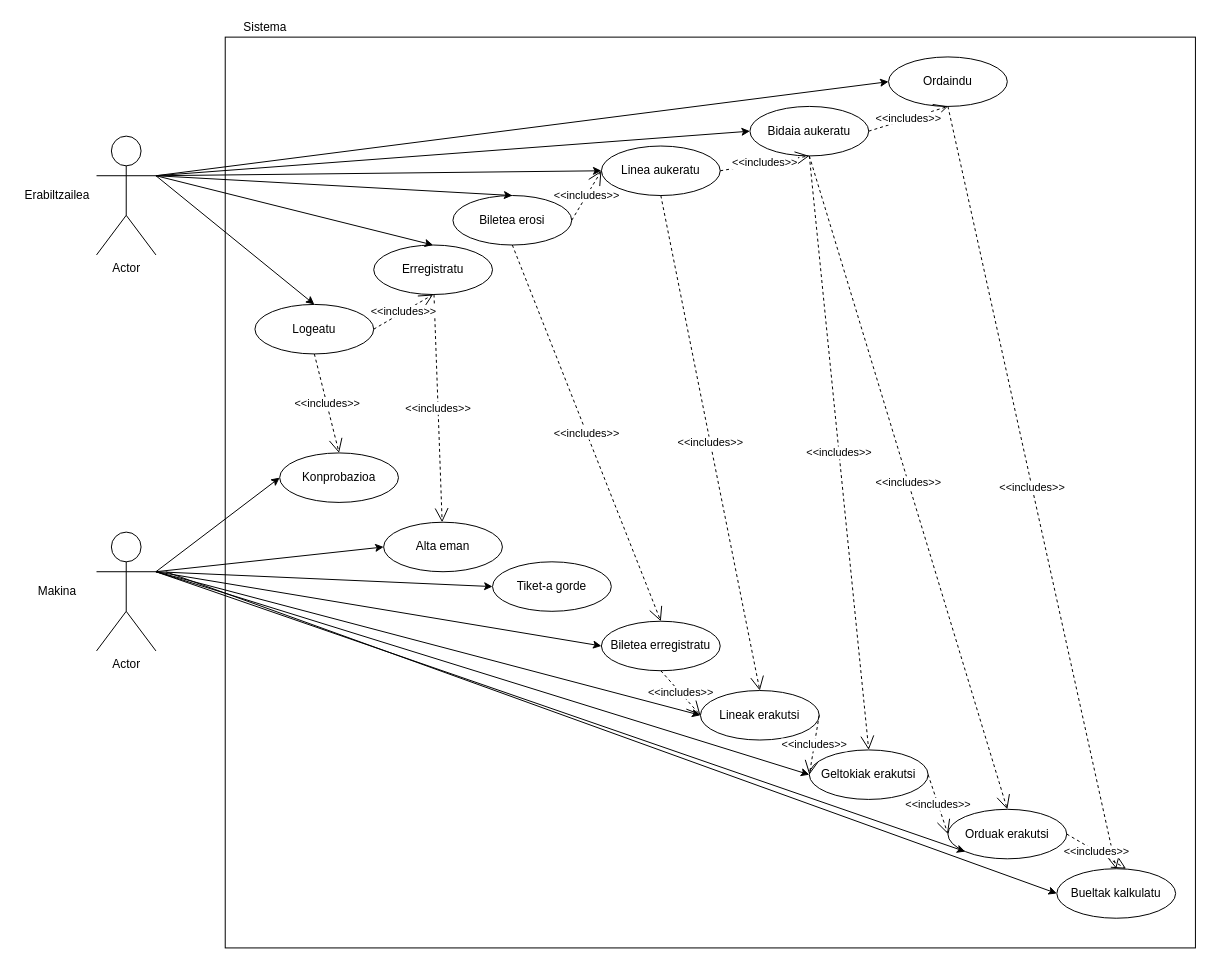
Before: Documentacion/Garapen inguruneak/erabili_kasua.drawio in PetaldoiPorramador/ErronkaBus, a draw.io diagram. Source tidied: cells renumbered, new cells numbered last; positions are measured from the earlier drawing's top-left corner, leaving out a move shared by most shapes. Both pictures are drawn from the tidied source at 99%, with x=0, y=0 at pixel (17, 17).
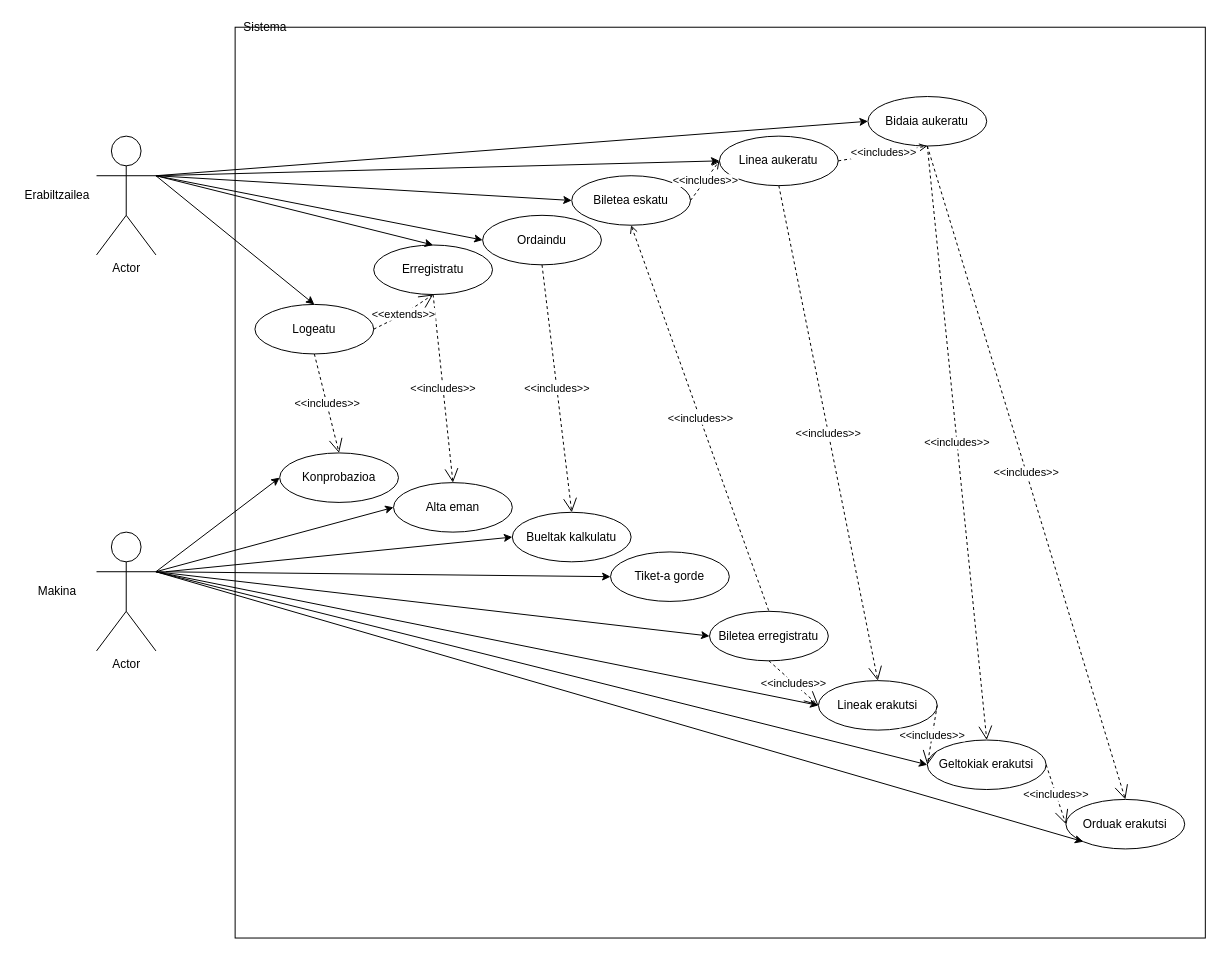
The same diagram, later.

The change refers to these unchanged cells:
```xml
<mxCell id="5" value="Logeatu&lt;br&gt;" style="ellipse;whiteSpace=wrap;html=1;" parent="1" vertex="1">
  <mxGeometry x="240" y="290" width="120" height="50" as="geometry" />
</mxCell>
<mxCell id="9" value="Erregistratu" style="ellipse;whiteSpace=wrap;html=1;" parent="1" vertex="1">
  <mxGeometry x="360" y="230" width="120" height="50" as="geometry" />
</mxCell>
```

The edit, as a diff of the source:
```diff
@@
     <mxCell id="2" style="rounded=0;whiteSpace=wrap;html=1;" parent="1" vertex="1">
-      <mxGeometry x="210" y="20" width="980" height="920" as="geometry" />
+      <mxGeometry x="220" y="10" width="980" height="920" as="geometry" />
     </mxCell>
@@
-    <mxCell id="4" value="Biletea erosi" style="ellipse;whiteSpace=wrap;html=1;" parent="1" vertex="1">
-      <mxGeometry x="440" y="180" width="120" height="50" as="geometry" />
+    <mxCell id="4" value="Biletea eskatu" style="ellipse;whiteSpace=wrap;html=1;" parent="1" vertex="1">
+      <mxGeometry x="560" y="160" width="120" height="50" as="geometry" />
     </mxCell>
@@
     <mxCell id="7" value="Alta eman" style="ellipse;whiteSpace=wrap;html=1;" parent="1" vertex="1">
-      <mxGeometry x="370" y="510" width="120" height="50" as="geometry" />
+      <mxGeometry x="380" y="470" width="120" height="50" as="geometry" />
     </mxCell>
@@
     <mxCell id="11" value="Lineak erakutsi" style="ellipse;whiteSpace=wrap;html=1;" parent="1" vertex="1">
-      <mxGeometry x="690" y="680" width="120" height="50" as="geometry" />
+      <mxGeometry x="809.2" y="670" width="120" height="50" as="geometry" />
     </mxCell>
     <mxCell id="12" value="Geltokiak erakutsi" style="ellipse;whiteSpace=wrap;html=1;" parent="1" vertex="1">
-      <mxGeometry x="800" y="740" width="120" height="50" as="geometry" />
+      <mxGeometry x="919.2" y="730" width="120" height="50" as="geometry" />
     </mxCell>
     <mxCell id="13" value="Linea aukeratu" style="ellipse;whiteSpace=wrap;html=1;" parent="1" vertex="1">
-      <mxGeometry x="590" y="130" width="120" height="50" as="geometry" />
+      <mxGeometry x="709.2" y="120" width="120" height="50" as="geometry" />
     </mxCell>
     <mxCell id="14" value="Bidaia aukeratu" style="ellipse;whiteSpace=wrap;html=1;" parent="1" vertex="1">
-      <mxGeometry x="740" y="90" width="120" height="50" as="geometry" />
+      <mxGeometry x="859.2" y="80" width="120" height="50" as="geometry" />
     </mxCell>
     <mxCell id="15" value="Orduak erakutsi" style="ellipse;whiteSpace=wrap;html=1;" parent="1" vertex="1">
-      <mxGeometry x="940" y="800" width="120" height="50" as="geometry" />
+      <mxGeometry x="1059.2" y="790" width="120" height="50" as="geometry" />
     </mxCell>
     <mxCell id="16" value="Ordaindu" style="ellipse;whiteSpace=wrap;html=1;" parent="1" vertex="1">
-      <mxGeometry x="880" y="40" width="120" height="50" as="geometry" />
+      <mxGeometry x="470" y="200" width="120" height="50" as="geometry" />
     </mxCell>
     <mxCell id="17" value="Biletea erregistratu" style="ellipse;whiteSpace=wrap;html=1;" parent="1" vertex="1">
-      <mxGeometry x="590" y="610" width="120" height="50" as="geometry" />
+      <mxGeometry x="699.2" y="600" width="120" height="50" as="geometry" />
     </mxCell>
     <mxCell id="18" value="Tiket-a gorde" style="ellipse;whiteSpace=wrap;html=1;" parent="1" vertex="1">
-      <mxGeometry x="480" y="550" width="120" height="50" as="geometry" />
+      <mxGeometry x="599.2" y="540" width="120" height="50" as="geometry" />
     </mxCell>
     <mxCell id="19" value="Bueltak kalkulatu" style="ellipse;whiteSpace=wrap;html=1;" parent="1" vertex="1">
-      <mxGeometry x="1050" y="860" width="120" height="50" as="geometry" />
+      <mxGeometry x="500" y="500" width="120" height="50" as="geometry" />
     </mxCell>
-    <mxCell id="20" value="&amp;lt;&amp;lt;includes&amp;gt;&amp;gt;" style="endArrow=open;endSize=12;dashed=1;html=1;rounded=0;entryX=0.5;entryY=0;entryDx=0;entryDy=0;exitX=0.5;exitY=1;exitDx=0;exitDy=0;" parent="1" edge="1" source="4" target="17">
+    <mxCell id="20" value="&amp;lt;&amp;lt;includes&amp;gt;&amp;gt;" style="endArrow=none;endSize=12;dashed=1;html=1;rounded=0;entryX=0.5;entryY=0;entryDx=0;entryDy=0;exitX=0.5;exitY=1;exitDx=0;exitDy=0;startArrow=open;startFill=0;endFill=0;" parent="1" edge="1" source="4" target="17">
       <mxGeometry relative="1" as="geometry" />
     </mxCell>
@@
-    <mxCell id="25" value="&amp;lt;&amp;lt;includes&amp;gt;&amp;gt;" style="endArrow=open;endSize=12;dashed=1;html=1;rounded=0;" parent="1" edge="1" source="9" target="7">
+    <mxCell id="25" value="&amp;lt;&amp;lt;includes&amp;gt;&amp;gt;" style="endArrow=open;endSize=12;dashed=1;html=1;rounded=0;entryX=0.5;entryY=0;entryDx=0;entryDy=0;exitX=0.5;exitY=1;exitDx=0;exitDy=0;" parent="1" edge="1" source="9" target="7">
       <mxGeometry relative="1" as="geometry" />
     </mxCell>
@@
-    <mxCell id="27" value="&amp;lt;&amp;lt;includes&amp;gt;&amp;gt;" style="endArrow=open;endSize=12;dashed=1;html=1;rounded=0;exitX=1;exitY=0.5;exitDx=0;exitDy=0;entryX=0.5;entryY=1;entryDx=0;entryDy=0;" parent="1" edge="1" source="5" target="9">
-      <mxGeometry relative="1" as="geometry" />
+    <mxCell id="27" value="&amp;lt;&amp;lt;extends&amp;gt;&amp;gt;" style="endArrow=open;endSize=12;dashed=1;html=1;rounded=0;exitX=1;exitY=0.5;exitDx=0;exitDy=0;entryX=0.5;entryY=1;entryDx=0;entryDy=0;startArrow=none;startFill=0;endFill=0;" parent="1" edge="1" source="5" target="9">
+      <mxGeometry x="-0.04" relative="1" as="geometry">
+        <Array as="points">
+          <mxPoint x="390" y="300" />
+        </Array>
+      </mxGeometry>
     </mxCell>
-    <mxCell id="28" value="&amp;lt;&amp;lt;includes&amp;gt;&amp;gt;" style="endArrow=open;endSize=12;dashed=1;html=1;rounded=0;exitX=1;exitY=0.5;exitDx=0;exitDy=0;entryX=0;entryY=0.5;entryDx=0;entryDy=0;" parent="1" edge="1" source="4" target="13">
+    <mxCell id="28" value="&amp;lt;&amp;lt;includes&amp;gt;&amp;gt;" style="endArrow=open;endSize=6;dashed=1;html=1;rounded=0;exitX=1;exitY=0.5;exitDx=0;exitDy=0;entryX=0;entryY=0.5;entryDx=0;entryDy=0;endFill=0;startArrow=none;startFill=0;" parent="1" edge="1" source="4" target="13">
       <mxGeometry relative="1" as="geometry" />
     </mxCell>
-    <mxCell id="29" value="&amp;lt;&amp;lt;includes&amp;gt;&amp;gt;" style="endArrow=open;endSize=12;dashed=1;html=1;rounded=0;exitX=1;exitY=0.5;exitDx=0;exitDy=0;entryX=0.5;entryY=1;entryDx=0;entryDy=0;" parent="1" edge="1" source="13" target="14">
+    <mxCell id="29" value="&amp;lt;&amp;lt;includes&amp;gt;&amp;gt;" style="endArrow=open;endSize=6;dashed=1;html=1;rounded=0;exitX=1;exitY=0.5;exitDx=0;exitDy=0;entryX=0.5;entryY=1;entryDx=0;entryDy=0;startArrow=none;startFill=0;endFill=0;" parent="1" edge="1" source="13" target="14">
       <mxGeometry relative="1" as="geometry" />
     </mxCell>
-    <mxCell id="30" value="&amp;lt;&amp;lt;includes&amp;gt;&amp;gt;" style="endArrow=open;endSize=12;dashed=1;html=1;rounded=0;entryX=0.5;entryY=1;entryDx=0;entryDy=0;exitX=1;exitY=0.5;exitDx=0;exitDy=0;" parent="1" edge="1" source="14" target="16">
-      <mxGeometry relative="1" as="geometry" />
-    </mxCell>
@@
-    <mxCell id="34" value="&amp;lt;&amp;lt;includes&amp;gt;&amp;gt;" style="endArrow=open;endSize=12;dashed=1;html=1;rounded=0;exitX=1;exitY=0.5;exitDx=0;exitDy=0;" parent="1" edge="1" source="15">
-      <mxGeometry relative="1" as="geometry">
-        <mxPoint x="1120" y="860" as="targetPoint" />
-      </mxGeometry>
-    </mxCell>
@@
-    <mxCell id="37" style="endArrow=classic;html=1;rounded=0;exitX=1;exitY=0.3333333333333333;exitDx=0;exitDy=0;exitPerimeter=0;entryX=0.5;entryY=0;entryDx=0;entryDy=0;" parent="1" edge="1" target="4">
+    <mxCell id="37" style="endArrow=classic;html=1;rounded=0;exitX=1;exitY=0.3333333333333333;exitDx=0;exitDy=0;exitPerimeter=0;entryX=0;entryY=0.5;entryDx=0;entryDy=0;" parent="1" edge="1" target="4">
       <mxGeometry relative="1" as="geometry">
         <mxPoint x="140" y="160" as="sourcePoint" />
       </mxGeometry>
     </mxCell>
-    <mxCell id="38" style="endArrow=classic;html=1;rounded=0;exitX=1;exitY=0.3333333333333333;exitDx=0;exitDy=0;exitPerimeter=0;" parent="1" edge="1">
+    <mxCell id="38" style="endArrow=classic;html=1;rounded=0;exitX=1;exitY=0.3333333333333333;exitDx=0;exitDy=0;exitPerimeter=0;entryX=0;entryY=0.5;entryDx=0;entryDy=0;" parent="1" edge="1" target="13">
       <mxGeometry relative="1" as="geometry">
         <mxPoint x="140" y="160" as="sourcePoint" />
-        <mxPoint x="590" y="155" as="targetPoint" />
       </mxGeometry>
     </mxCell>
```
